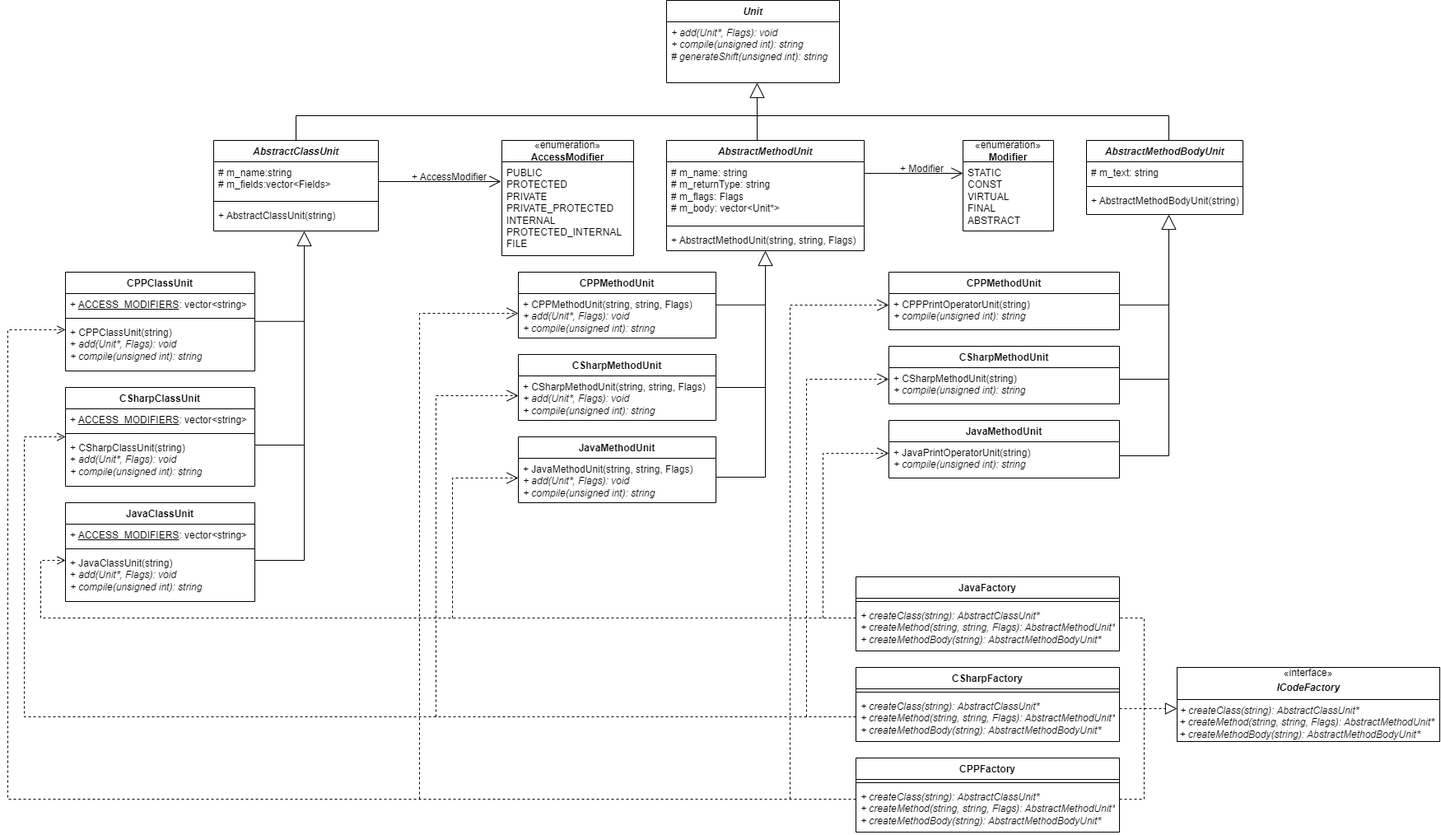
Earlier version of the draw.io export Diagramm/Lab2ClassDiagramm.png (TishnI/Lab2-Abstract-factory). Source tidied: cells renumbered, new cells last; positions are measured from the earlier drawing's top-left corner, leaving out a move shared by most shapes.
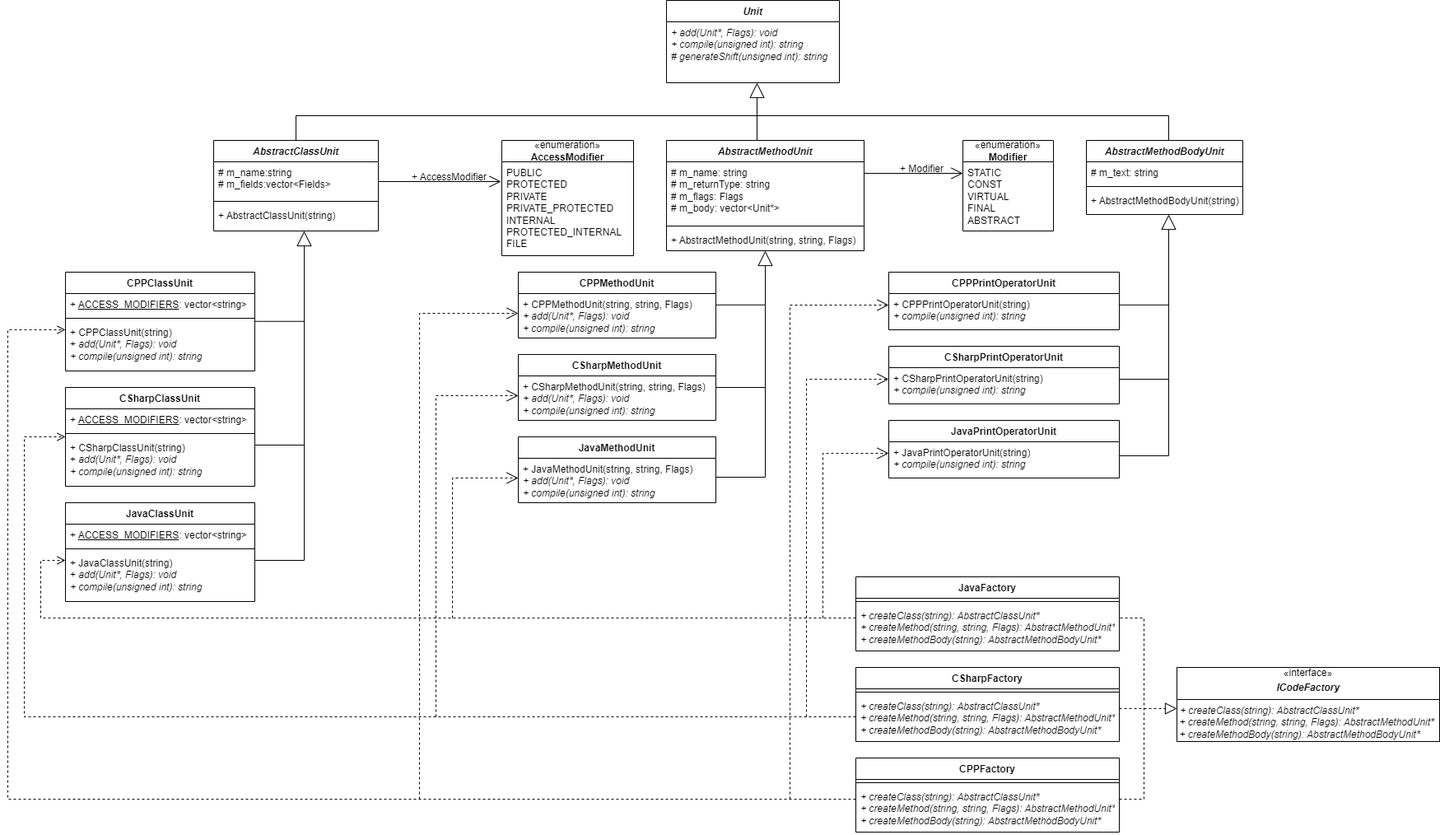
Later version of the same file.

Commit message:
Исправлена ошибка в диаграмме классов

The edit, as a diff of the source:
```diff
@@ -165,19 +165,19 @@
         <mxPoint x="920" y="369.8" as="targetPoint" />
       </mxGeometry>
     </mxCell>
-    <mxCell id="47" value="CPPMethodUnit" style="swimlane;fontStyle=1;align=center;verticalAlign=top;horizontal=1;startSize=26;whiteSpace=wrap;html=1;" parent="1" vertex="1">
+    <mxCell id="47" value="CPPPrintOperatorUnit" style="swimlane;fontStyle=1;align=center;verticalAlign=top;horizontal=1;startSize=26;whiteSpace=wrap;html=1;" parent="1" vertex="1">
       <mxGeometry x="1070" y="330" width="280" height="70" as="geometry" />
     </mxCell>
     <mxCell id="48" value="&lt;div&gt;+ CPPPrintOperatorUnit(string)&lt;/div&gt;&lt;div&gt;&lt;i&gt;+ compile(unsigned int): string&lt;/i&gt;&lt;/div&gt;" style="text;strokeColor=none;fillColor=none;align=left;verticalAlign=top;spacingLeft=4;spacingRight=4;overflow=hidden;whiteSpace=wrap;html=1;" parent="47" vertex="1">
       <mxGeometry y="26" width="280" height="44" as="geometry" />
     </mxCell>
-    <mxCell id="49" value="CSharpMethodUnit" style="swimlane;fontStyle=1;align=center;verticalAlign=top;horizontal=1;startSize=26;whiteSpace=wrap;html=1;" parent="1" vertex="1">
+    <mxCell id="49" value="CSharpPrintOperatorUnit" style="swimlane;fontStyle=1;align=center;verticalAlign=top;horizontal=1;startSize=26;whiteSpace=wrap;html=1;" parent="1" vertex="1">
       <mxGeometry x="1070" y="420" width="280" height="70" as="geometry" />
     </mxCell>
-    <mxCell id="50" value="&lt;div&gt;+&amp;nbsp;&lt;span style=&quot;text-align: center;&quot;&gt;CSharpMethodUnit&lt;/span&gt;(string)&lt;/div&gt;&lt;div&gt;&lt;i&gt;+ compile(unsigned int): string&lt;/i&gt;&lt;/div&gt;" style="text;strokeColor=none;fillColor=none;align=left;verticalAlign=top;spacingLeft=4;spacingRight=4;overflow=hidden;whiteSpace=wrap;html=1;" parent="49" vertex="1">
+    <mxCell id="50" value="&lt;div style=&quot;text-align: center;&quot;&gt;+ CSharpPrintOperatorUnit(string)&lt;/div&gt;&lt;div&gt;&lt;i&gt;+ compile(unsigned int): string&lt;/i&gt;&lt;/div&gt;" style="text;strokeColor=none;fillColor=none;align=left;verticalAlign=top;spacingLeft=4;spacingRight=4;overflow=hidden;whiteSpace=wrap;html=1;" parent="49" vertex="1">
       <mxGeometry y="26" width="280" height="44" as="geometry" />
     </mxCell>
-    <mxCell id="51" value="JavaMethodUnit" style="swimlane;fontStyle=1;align=center;verticalAlign=top;horizontal=1;startSize=26;whiteSpace=wrap;html=1;" parent="1" vertex="1">
+    <mxCell id="51" value="JavaPrintOperatorUnit" style="swimlane;fontStyle=1;align=center;verticalAlign=top;horizontal=1;startSize=26;whiteSpace=wrap;html=1;" parent="1" vertex="1">
       <mxGeometry x="1070" y="510" width="280" height="70" as="geometry" />
     </mxCell>
     <mxCell id="52" value="&lt;div&gt;+ JavaPrintOperatorUnit(string)&lt;/div&gt;&lt;div&gt;&lt;i&gt;+ compile(unsigned int): string&lt;/i&gt;&lt;/div&gt;" style="text;strokeColor=none;fillColor=none;align=left;verticalAlign=top;spacingLeft=4;spacingRight=4;overflow=hidden;whiteSpace=wrap;html=1;" parent="51" vertex="1">
```
